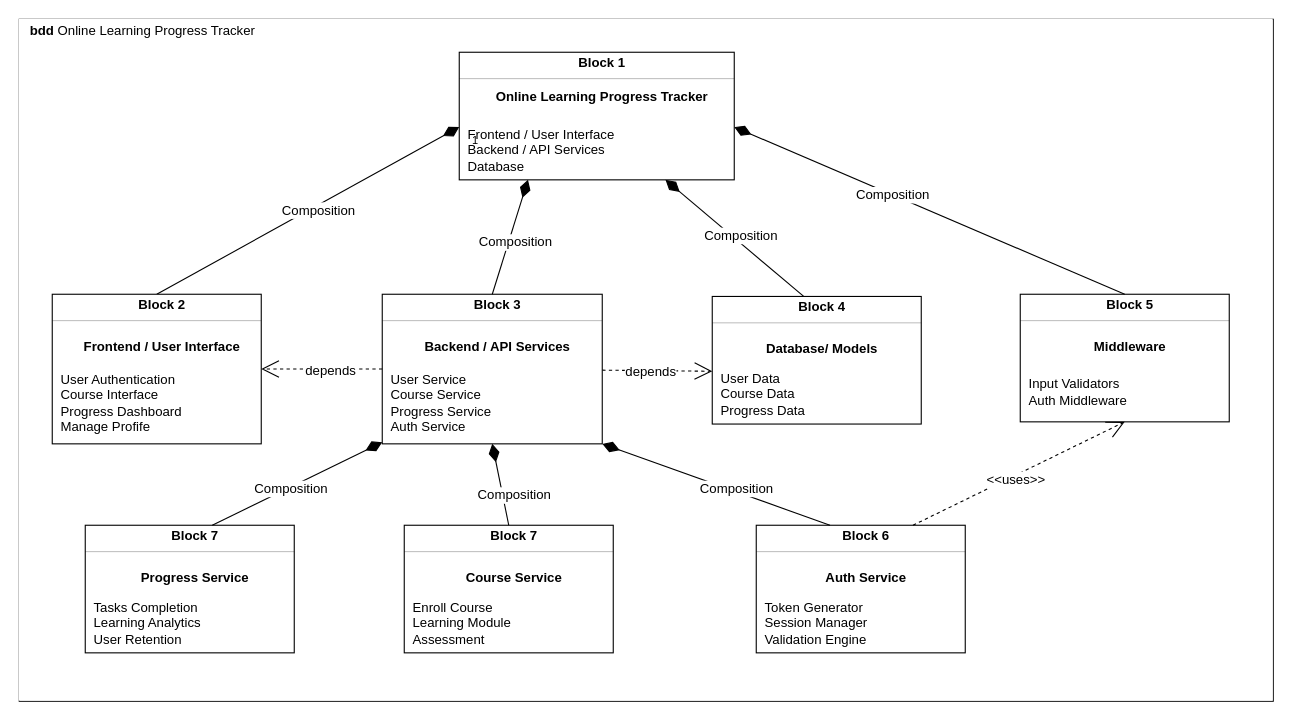
This is page "Block-Definition" (3 of 3) of Untitled Diagram.drawio from rai-12300063/Team77-BookSAN, a draw.io file, before an edit. Source tidied: cells renumbered, new cells numbered last; positions are measured from the earlier drawing's top-left corner, leaving out a move shared by most shapes. Both pictures are drawn from the tidied source at 110%, with x=0, y=0 at pixel (19, 19).
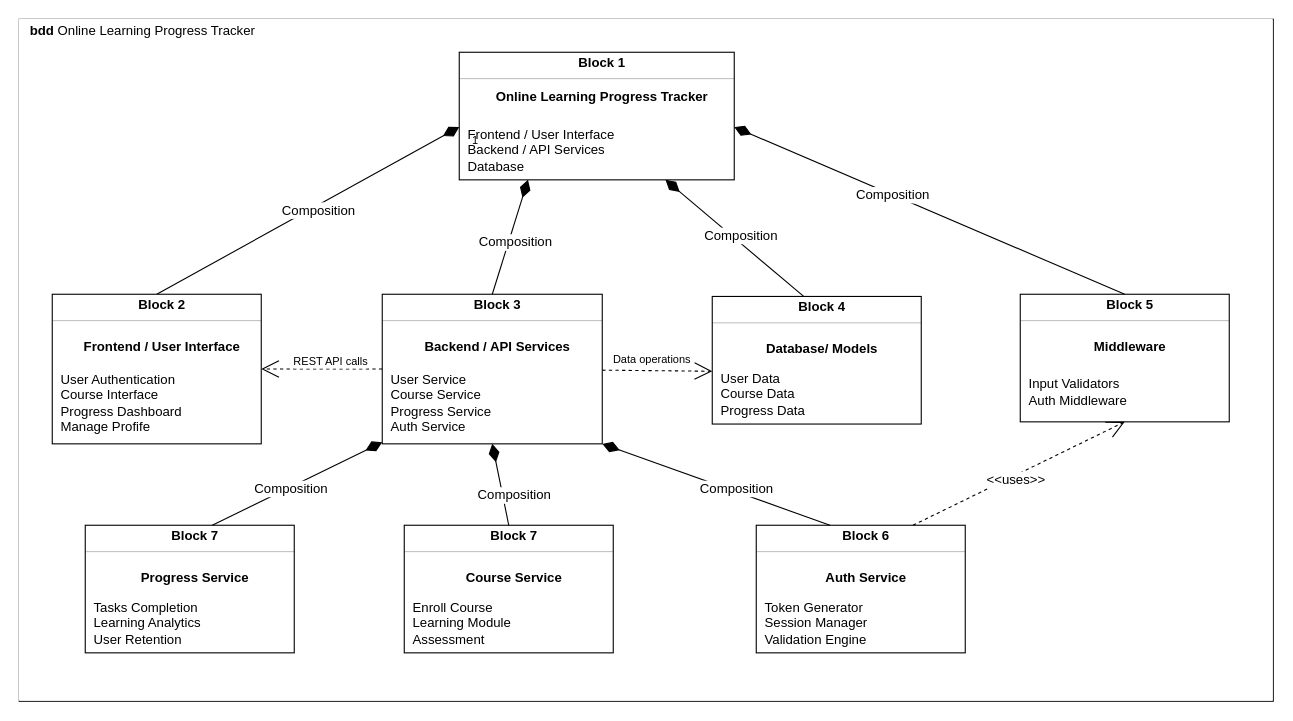
The same diagram, later.

The change refers to these unchanged cells:
```xml
<mxCell id="18" style="edgeStyle=none;shape=connector;rounded=0;jettySize=auto;html=1;entryX=0;entryY=0;entryDx=0;entryDy=0;dashed=1;strokeColor=default;align=center;verticalAlign=middle;fontFamily=Helvetica;fontSize=12;fontColor=default;labelBackgroundColor=default;startFill=0;endArrow=open;endFill=0;endSize=14;" parent="1" edge="1" source="20" target="30">
  <mxGeometry relative="1" as="geometry" />
</mxCell>
<mxCell id="68" style="edgeStyle=none;shape=connector;rounded=0;jettySize=auto;html=1;exitX=0;exitY=0;exitDx=0;exitDy=0;entryX=1;entryY=0;entryDx=0;entryDy=0;strokeColor=default;align=center;verticalAlign=middle;fontFamily=Helvetica;fontSize=12;fontColor=default;labelBackgroundColor=default;startFill=0;endArrow=open;endFill=0;endSize=14;dashed=1;" parent="1" edge="1" source="24" target="16">
  <mxGeometry relative="1" as="geometry" />
</mxCell>
```

What changed in the source:
```diff
@@
-    <mxCell id="19" value="depends" style="edgeLabel;html=1;align=center;verticalAlign=middle;strokeColor=default;spacingLeft=10;fontFamily=Helvetica;fontSize=12;fontColor=default;labelBackgroundColor=default;fillColor=default;" parent="18" vertex="1">
+    <mxCell id="19" value="&lt;font&gt;Data operations&lt;/font&gt;" style="edgeLabel;html=1;align=center;verticalAlign=middle;strokeColor=default;spacingLeft=10;fontFamily=Helvetica;fontSize=10;fontColor=default;labelBackgroundColor=default;fillColor=default;" parent="18" vertex="1">
       <mxGeometry x="-0.04" y="-2" relative="1" as="geometry">
-        <mxPoint x="-9" y="-1" as="offset" />
+        <mxPoint x="-8" y="-13" as="offset" />
       </mxGeometry>
     </mxCell>
@@
-    <mxCell id="70" value="depends" style="edgeLabel;html=1;align=center;verticalAlign=middle;strokeColor=default;spacingLeft=10;fontFamily=Helvetica;fontSize=12;fontColor=default;labelBackgroundColor=default;fillColor=default;" parent="68" vertex="1">
-      <mxGeometry x="-0.03" y="1" relative="1" as="geometry" />
+    <mxCell id="70" value="REST API calls" style="edgeLabel;html=1;align=center;verticalAlign=middle;strokeColor=default;spacingLeft=10;fontFamily=Helvetica;fontSize=10;fontColor=default;labelBackgroundColor=default;fillColor=default;" parent="68" vertex="1">
+      <mxGeometry x="-0.03" y="1" relative="1" as="geometry">
+        <mxPoint y="-9" as="offset" />
+      </mxGeometry>
     </mxCell>
```
